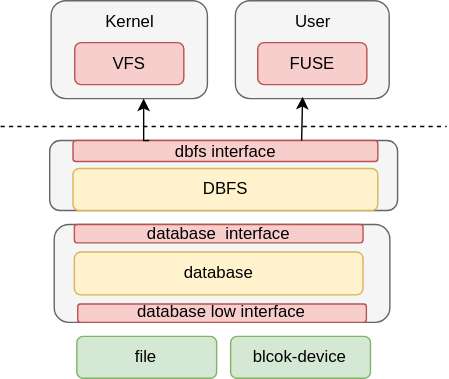
Above: doc/assert/fsinterface.drawio.svg in Godones/dbfs-doc (draw.io), before the change. Source tidied: cells renumbered, new cells last; positions are measured from the earlier drawing's top-left corner, leaving out a move shared by most shapes. Its diagram source:
```xml
<mxGraphModel>
  <root>
    <mxCell id="0" />
    <mxCell id="1" parent="0" />
    <mxCell id="2" style="group;" parent="1" vertex="1">
      <mxGeometry x="54.4" y="240" width="210" height="30" as="geometry" />
    </mxCell>
    <mxCell id="3" value="file" style="rounded=1;whiteSpace=wrap;html=1;fillColor=#d5e8d4;strokeColor=#82b366;" parent="2" vertex="1">
      <mxGeometry width="100" height="30" as="geometry" />
    </mxCell>
    <mxCell id="4" value="blcok-device" style="rounded=1;whiteSpace=wrap;html=1;fillColor=#d5e8d4;strokeColor=#82b366;" parent="2" vertex="1">
      <mxGeometry x="110" width="100" height="30" as="geometry" />
    </mxCell>
    <mxCell id="5" style="group;" parent="1" vertex="1">
      <mxGeometry x="38.2" y="160" width="240" height="70" as="geometry" />
    </mxCell>
    <mxCell id="6" style="rounded=1;whiteSpace=wrap;html=1;fillColor=#f5f5f5;fontColor=#333333;strokeColor=#666666;" parent="5" vertex="1">
      <mxGeometry width="240" height="70" as="geometry" />
    </mxCell>
    <mxCell id="7" value="database" style="rounded=1;whiteSpace=wrap;html=1;fillColor=#fff2cc;strokeColor=#d6b656;" parent="5" vertex="1">
      <mxGeometry x="14.4" y="19.7" width="206.4" height="30.6" as="geometry" />
    </mxCell>
    <mxCell id="8" value="database low interface" style="rounded=1;whiteSpace=wrap;html=1;fillColor=#f8cecc;strokeColor=#b85450;" parent="5" vertex="1">
      <mxGeometry x="16.8" y="56.9" width="206.4" height="13.1" as="geometry" />
    </mxCell>
    <mxCell id="9" value="database&amp;nbsp; interface" style="rounded=1;whiteSpace=wrap;html=1;fillColor=#f8cecc;strokeColor=#b85450;" parent="5" vertex="1">
      <mxGeometry x="14.4" width="206.4" height="13.1" as="geometry" />
    </mxCell>
    <mxCell id="10" style="group;" parent="1" vertex="1">
      <mxGeometry x="35" y="100" width="248.8" height="50" as="geometry" />
    </mxCell>
    <mxCell id="11" style="rounded=1;whiteSpace=wrap;html=1;fillColor=#f5f5f5;fontColor=#333333;strokeColor=#666666;" parent="10" vertex="1">
      <mxGeometry width="248.7" height="50" as="geometry" />
    </mxCell>
    <mxCell id="12" value="dbfs interface" style="rounded=1;whiteSpace=wrap;html=1;fillColor=#f8cecc;strokeColor=#b85450;" parent="10" vertex="1">
      <mxGeometry x="16.7" width="218" height="15" as="geometry" />
    </mxCell>
    <mxCell id="13" value="DBFS" style="rounded=1;whiteSpace=wrap;html=1;fillColor=#fff2cc;strokeColor=#d6b656;" parent="10" vertex="1">
      <mxGeometry x="16.7" y="20" width="218" height="30" as="geometry" />
    </mxCell>
    <mxCell id="14" style="endArrow=none;html=1;rounded=0;dashed=1;" parent="1" edge="1">
      <mxGeometry relative="1" as="geometry">
        <mxPoint x="-0.1" y="90" as="sourcePoint" />
        <mxPoint x="318.9" y="90" as="targetPoint" />
      </mxGeometry>
    </mxCell>
    <mxCell id="15" style="group;" parent="1" vertex="1">
      <mxGeometry x="36" width="241.8" height="70" as="geometry" />
    </mxCell>
    <mxCell id="16" style="rounded=1;whiteSpace=wrap;html=1;fillColor=#f5f5f5;fontColor=#333333;strokeColor=#666666;" parent="15" vertex="1">
      <mxGeometry width="111.8" height="70" as="geometry" />
    </mxCell>
    <mxCell id="17" value="VFS" style="rounded=1;whiteSpace=wrap;html=1;fillColor=#f8cecc;strokeColor=#b85450;" parent="15" vertex="1">
      <mxGeometry x="16.9" y="30" width="78" height="30" as="geometry" />
    </mxCell>
    <mxCell id="18" value="Kernel" style="text;html=1;align=center;verticalAlign=middle;strokeColor=none;fillColor=none;" parent="15" vertex="1">
      <mxGeometry x="25.9" width="60" height="30" as="geometry" />
    </mxCell>
    <mxCell id="19" style="rounded=1;whiteSpace=wrap;html=1;fillColor=#f5f5f5;fontColor=#333333;strokeColor=#666666;" parent="15" vertex="1">
      <mxGeometry x="131.8" width="110" height="70" as="geometry" />
    </mxCell>
    <mxCell id="20" value="FUSE" style="rounded=1;whiteSpace=wrap;html=1;fillColor=#f8cecc;strokeColor=#b85450;" parent="15" vertex="1">
      <mxGeometry x="147.8" y="30" width="78" height="30" as="geometry" />
    </mxCell>
    <mxCell id="21" value="User" style="text;html=1;align=center;verticalAlign=middle;strokeColor=none;fillColor=none;" parent="15" vertex="1">
      <mxGeometry x="161.8" width="50" height="30" as="geometry" />
    </mxCell>
    <mxCell id="22" style="edgeStyle=orthogonalEdgeStyle;rounded=0;jettySize=auto;html=1;exitX=0.25;exitY=0;exitDx=0;exitDy=0;entryX=0.592;entryY=1;entryDx=0;entryDy=0;entryPerimeter=0;" parent="1" edge="1" source="12" target="16">
      <mxGeometry relative="1" as="geometry" />
    </mxCell>
    <mxCell id="23" style="edgeStyle=orthogonalEdgeStyle;rounded=0;jettySize=auto;html=1;exitX=0.75;exitY=0;exitDx=0;exitDy=0;entryX=0.437;entryY=0.982;entryDx=0;entryDy=0;entryPerimeter=0;" parent="1" edge="1" source="12" target="19">
      <mxGeometry relative="1" as="geometry" />
    </mxCell>
  </root>
</mxGraphModel>
```
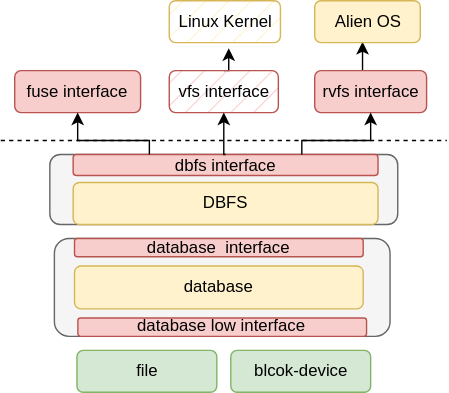
Later version of the same file.

Change to the diagram source:
```diff
@@ -12,7 +12,7 @@
       <mxGeometry x="110" width="100" height="30" as="geometry" />
     </mxCell>
     <mxCell id="5" style="group;" parent="1" vertex="1">
-      <mxGeometry x="38.2" y="160" width="240" height="70" as="geometry" />
+      <mxGeometry x="38.3" y="160" width="240" height="70" as="geometry" />
     </mxCell>
     <mxCell id="6" style="rounded=1;whiteSpace=wrap;html=1;fillColor=#f5f5f5;fontColor=#333333;strokeColor=#666666;" parent="5" vertex="1">
       <mxGeometry width="240" height="70" as="geometry" />
@@ -44,32 +44,45 @@
         <mxPoint x="318.9" y="90" as="targetPoint" />
       </mxGeometry>
     </mxCell>
-    <mxCell id="15" style="group;" parent="1" vertex="1">
-      <mxGeometry x="36" width="241.8" height="70" as="geometry" />
-    </mxCell>
-    <mxCell id="16" style="rounded=1;whiteSpace=wrap;html=1;fillColor=#f5f5f5;fontColor=#333333;strokeColor=#666666;" parent="15" vertex="1">
-      <mxGeometry width="111.8" height="70" as="geometry" />
+    <mxCell id="16" value="Linux Kernel" style="rounded=1;whiteSpace=wrap;html=1;shadow=0;glass=0;fillColor=#fff2cc;strokeColor=#d6b656;fillStyle=hatch;" parent="1" vertex="1">
+      <mxGeometry x="120.4" y="-10" width="79.5" height="30" as="geometry" />
     </mxCell>
+    <mxCell id="24" style="edgeStyle=orthogonalEdgeStyle;rounded=0;jettySize=auto;html=1;exitX=0.5;exitY=0;exitDx=0;exitDy=0;entryX=0.535;entryY=1.133;entryDx=0;entryDy=0;entryPerimeter=0;" parent="1" edge="1" source="17" target="16">
+      <mxGeometry relative="1" as="geometry" />
+    </mxCell>
-    <mxCell id="17" value="VFS" style="rounded=1;whiteSpace=wrap;html=1;fillColor=#f8cecc;strokeColor=#b85450;" parent="15" vertex="1">
-      <mxGeometry x="16.9" y="30" width="78" height="30" as="geometry" />
+    <mxCell id="17" value="vfs interface" style="rounded=1;whiteSpace=wrap;html=1;fillColor=#f8cecc;strokeColor=#b85450;fillStyle=hatch;" parent="1" vertex="1">
+      <mxGeometry x="120.4" y="40" width="78" height="30" as="geometry" />
     </mxCell>
-    <mxCell id="18" value="Kernel" style="text;html=1;align=center;verticalAlign=middle;strokeColor=none;fillColor=none;" parent="15" vertex="1">
-      <mxGeometry x="25.9" width="60" height="30" as="geometry" />
-    </mxCell>
-    <mxCell id="19" style="rounded=1;whiteSpace=wrap;html=1;fillColor=#f5f5f5;fontColor=#333333;strokeColor=#666666;" parent="15" vertex="1">
-      <mxGeometry x="131.8" width="110" height="70" as="geometry" />
-    </mxCell>
-    <mxCell id="20" value="FUSE" style="rounded=1;whiteSpace=wrap;html=1;fillColor=#f8cecc;strokeColor=#b85450;" parent="15" vertex="1">
-      <mxGeometry x="147.8" y="30" width="78" height="30" as="geometry" />
+    <mxCell id="20" value="fuse interface" style="rounded=1;whiteSpace=wrap;html=1;fillColor=#f8cecc;strokeColor=#b85450;" parent="1" vertex="1">
+      <mxGeometry x="9.9" y="40" width="90" height="30" as="geometry" />
     </mxCell>
-    <mxCell id="21" value="User" style="text;html=1;align=center;verticalAlign=middle;strokeColor=none;fillColor=none;" parent="15" vertex="1">
-      <mxGeometry x="161.8" width="50" height="30" as="geometry" />
-    </mxCell>
-    <mxCell id="22" style="edgeStyle=orthogonalEdgeStyle;rounded=0;jettySize=auto;html=1;exitX=0.25;exitY=0;exitDx=0;exitDy=0;entryX=0.592;entryY=1;entryDx=0;entryDy=0;entryPerimeter=0;" parent="1" edge="1" source="12" target="16">
-      <mxGeometry relative="1" as="geometry" />
-    </mxCell>
-    <mxCell id="23" style="edgeStyle=orthogonalEdgeStyle;rounded=0;jettySize=auto;html=1;exitX=0.75;exitY=0;exitDx=0;exitDy=0;entryX=0.437;entryY=0.982;entryDx=0;entryDy=0;entryPerimeter=0;" parent="1" edge="1" source="12" target="19">
-      <mxGeometry relative="1" as="geometry" />
-    </mxCell>
+    <mxCell id="25" style="edgeStyle=orthogonalEdgeStyle;rounded=0;jettySize=auto;html=1;exitX=0.5;exitY=0;exitDx=0;exitDy=0;entryX=0.453;entryY=0.981;entryDx=0;entryDy=0;entryPerimeter=0;" parent="1" edge="1" source="26" target="27">
+      <mxGeometry relative="1" as="geometry" />
+    </mxCell>
+    <mxCell id="26" value="rvfs interface" style="rounded=1;whiteSpace=wrap;html=1;fillColor=#f8cecc;strokeColor=#b85450;" parent="1" vertex="1">
+      <mxGeometry x="224.4" y="40" width="80" height="30" as="geometry" />
+    </mxCell>
+    <mxCell id="27" value="Alien OS" style="rounded=1;whiteSpace=wrap;html=1;fillColor=#fff2cc;strokeColor=#d6b656;" parent="1" vertex="1">
+      <mxGeometry x="224.4" y="-10" width="75.5" height="30" as="geometry" />
+    </mxCell>
+    <mxCell id="28" style="edgeStyle=orthogonalEdgeStyle;rounded=0;jettySize=auto;html=1;exitX=0.25;exitY=0;exitDx=0;exitDy=0;entryX=0.5;entryY=1;entryDx=0;entryDy=0;" parent="1" edge="1" source="12" target="20">
+      <mxGeometry relative="1" as="geometry">
+        <Array as="points">
+          <mxPoint x="105.9" y="90" />
+          <mxPoint x="54.9" y="90" />
+        </Array>
+      </mxGeometry>
+    </mxCell>
+    <mxCell id="29" style="edgeStyle=orthogonalEdgeStyle;rounded=0;jettySize=auto;html=1;exitX=0.5;exitY=0;exitDx=0;exitDy=0;entryX=0.5;entryY=1;entryDx=0;entryDy=0;" parent="1" edge="1" source="12" target="17">
+      <mxGeometry relative="1" as="geometry" />
+    </mxCell>
+    <mxCell id="30" style="edgeStyle=orthogonalEdgeStyle;rounded=0;jettySize=auto;html=1;exitX=0.75;exitY=0;exitDx=0;exitDy=0;entryX=0.5;entryY=1;entryDx=0;entryDy=0;" parent="1" edge="1" source="12" target="26">
+      <mxGeometry relative="1" as="geometry">
+        <Array as="points">
+          <mxPoint x="214.9" y="90" />
+          <mxPoint x="264.9" y="90" />
+        </Array>
+      </mxGeometry>
+    </mxCell>
   </root>
 </mxGraphModel>
```
